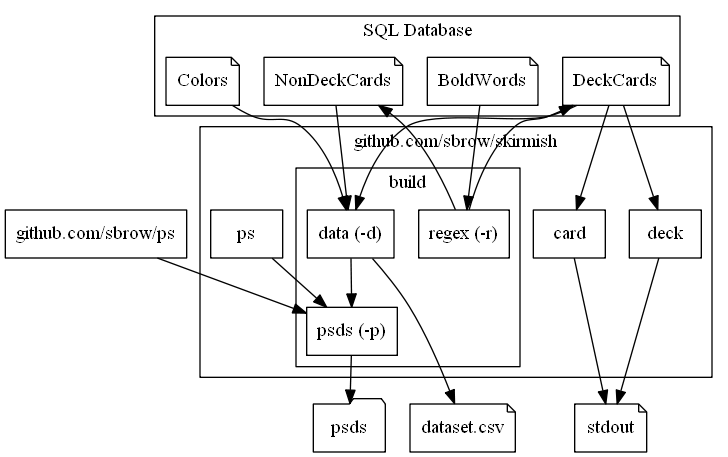
Earlier version of the Graphviz export graphs/commands.png (sbrow/skirmish). Its source is kept beside it as graphs/commands.gv.
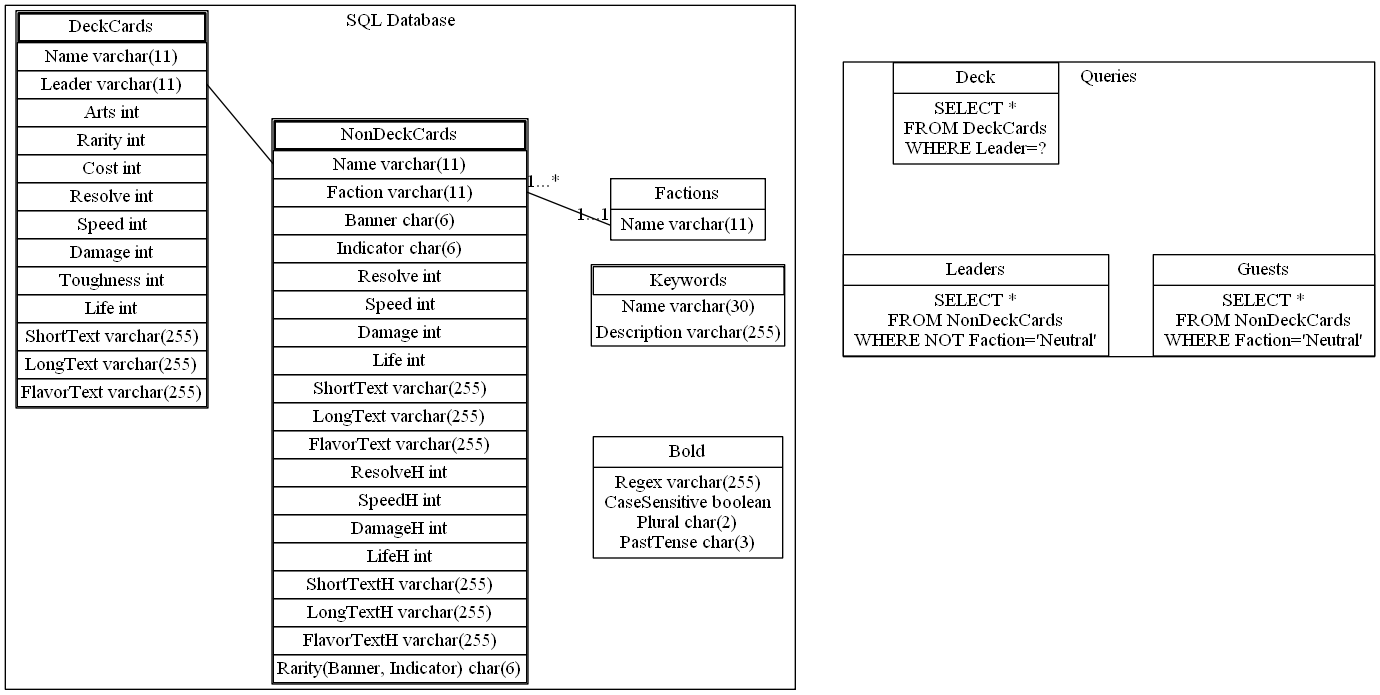
After the change.

What changed in the source:
```diff
@@ -1,12 +1,90 @@
-digraph {
+graph {
 	node [shape=record]
 	subgraph cluster_sql {
 		label = "SQL Database"
-		node [shape=note]
-		bold [label="BoldWords"]
-		heroes [label="NonDeckCards"]
-		colors [label="Colors"]
-		decks [label="DeckCards"]
+		node [shape=record]
+		BoldWords [label="{Bold|Regex varchar(255)\nCaseSensitive boolean"
+			+ "\nPlural char(2)\nPastTense char(3)"
+			+ "}"
+			pos="6,-2!"
+		]
+		Keywords [
+		pos="6,0!"
+		shape=none
+		label=<<table border="1" cellspacing="0">
+			<tr><td port="" border="1">Keywords</td></tr>
+			<tr><td port="Name" border="0">Name varchar(30)</td></tr>
+			<tr><td port="Description" border="0">Description varchar(255)</td></tr>
+		</table>>
+		]
+		DeckCards [
+		shape=none
+		pos="0,1!"
+		label=<<table border="1" cellspacing="0">
+			<tr><td port="" border="2">DeckCards</td></tr>
+			<tr><td port="Name">Name varchar(11)</td></tr>
+			<tr><td port="Leader">Leader varchar(11)</td></tr>
+			<tr><td port="Arts">Arts int</td></tr>
+			<tr><td port="Rarity">Rarity int</td></tr>
+			<tr><td port="Cost">Cost int</td></tr>
+			<tr><td port="Resolve">Resolve int</td></tr>
+			<tr><td port="Speed">Speed int</td></tr>
+			<tr><td port="Damage">Damage int</td></tr>
+			<tr><td port="Toughness">Toughness int</td></tr>
+			<tr><td port="Life">Life int</td></tr>
+			<tr><td port="ShortText">ShortText varchar(255)</td></tr>
+			<tr><td port="LongText">LongText varchar(255)</td></tr>
+			<tr><td port="FlavorText">FlavorText varchar(255)</td></tr>
+		</table>>
+		]
+		NonDeckCards [
+		shape=none
+		pos="3,-1!"
+		label=<<table border="1" cellspacing="0">
+			<tr><td port="" border="2">NonDeckCards</td></tr>
+			<tr><td port="Name">Name varchar(11)</td></tr>
+			<tr><td port="Faction">Faction varchar(11)</td></tr>
+			<tr><td port="Banner">Banner char(6)</td></tr>
+			<tr><td port="Indicator">Indicator char(6)</td></tr>
+			<tr><td port="Resolve">Resolve int</td></tr>
+			<tr><td port="Speed">Speed int</td></tr>
+			<tr><td port="Damage">Damage int</td></tr>
+			<tr><td port="Life">Life int</td></tr>
+			<tr><td port="ShortText">ShortText varchar(255)</td></tr>
+			<tr><td port="LongText">LongText varchar(255)</td></tr>
+			<tr><td port="FlavorText">FlavorText varchar(255)</td></tr>
+			<tr><td port="ResolveH">ResolveH int</td></tr>
+			<tr><td port="SpeedH">SpeedH int</td></tr>
+			<tr><td port="DamageH">DamageH int</td></tr>
+			<tr><td port="LifeH">LifeH int</td></tr>
+			<tr><td port="ShortTextH">ShortTextH varchar(255)</td></tr>
+			<tr><td port="LongTextH">LongTextH varchar(255)</td></tr>
+			<tr><td port="FlavorTextH">FlavorTextH varchar(255)</td></tr>
+			<tr><td port="Rarity">Rarity(Banner, Indicator) char(6)</td></tr>
+		</table>>
+		]
+		Factions [label="{Factions|<name>Name varchar(11)}", pos="6,1!"]
+		Factions:name -- NonDeckCards:Faction [headlabel="1...*" taillabel="1...1"]
+		NonDeckCards:Name -- DeckCards:Leader
+	}
+	subgraph cluster_query {
+		label="Queries"
+		Leaders [
+			label="{Leaders|SELECT *\nFROM NonDeckCards\nWHERE NOT Faction='Neutral'}"
+			pos="9,0!"
+			]
+		Guests [
+			label="{Guests|SELECT *\nFROM NonDeckCards\nWHERE Faction='Neutral'}"
+			pos="12,0!"
+			]
+		Deck [
+			label="{Deck|SELECT *\nFROM DeckCards\nWHERE Leader=?}"
+			pos="9,2!"
+		]
+	}/*
+	subgraph cluster_query {
+		bold
+		BoldWords -> bold
 	}
 	subgraph cluster_skirmish {
 		label = "github.com/sbrow/skirmish"
@@ -26,12 +104,13 @@
 	{deck, card} -> out
 	ps [label="github.com/sbrow/ps"]
 	dataset [label="dataset.csv" shape=note]
-	bold -> r -> {decks, heroes}
+	bold -> r -> {Leaders, Guests}
 
-	{decks, heroes, colors} -> data
+	{decks, Guests, Leaders} -> data
 	data -> dataset
 	output [label="psds" shape=folder]
 	{ps, skps, data}-> psds
 	psds -> output
 	{rank=same; output; out; dataset}
+	*/
 }
```
